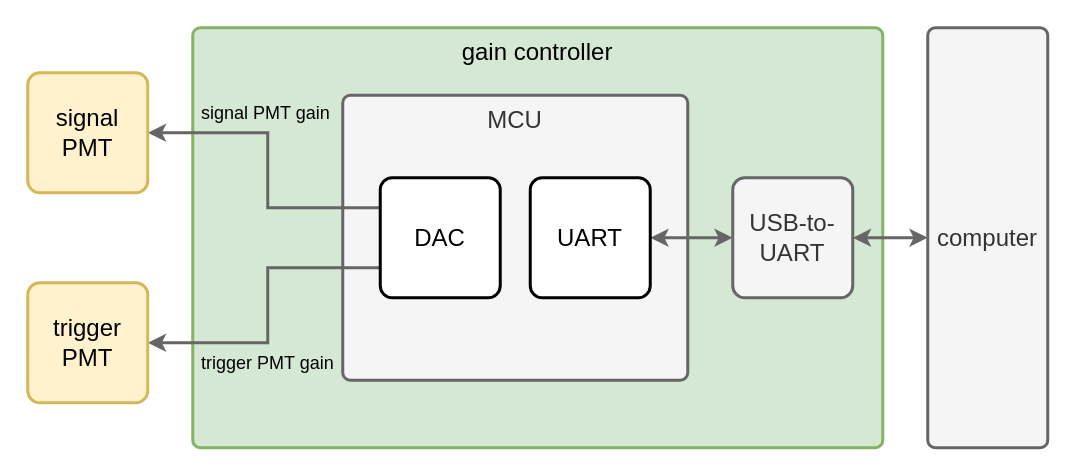
Before: docs/system-architecture.drawio in BMW-lab-MSU/wingbeat-modulation-lidar-pmt-gain-controller, a draw.io diagram. Source tidied: cells renumbered, new cells numbered last; positions are measured from the earlier drawing's top-left corner, leaving out a move shared by most shapes. Both pictures are drawn from the tidied source at 150%, with x=0, y=0 at pixel (27, 27).
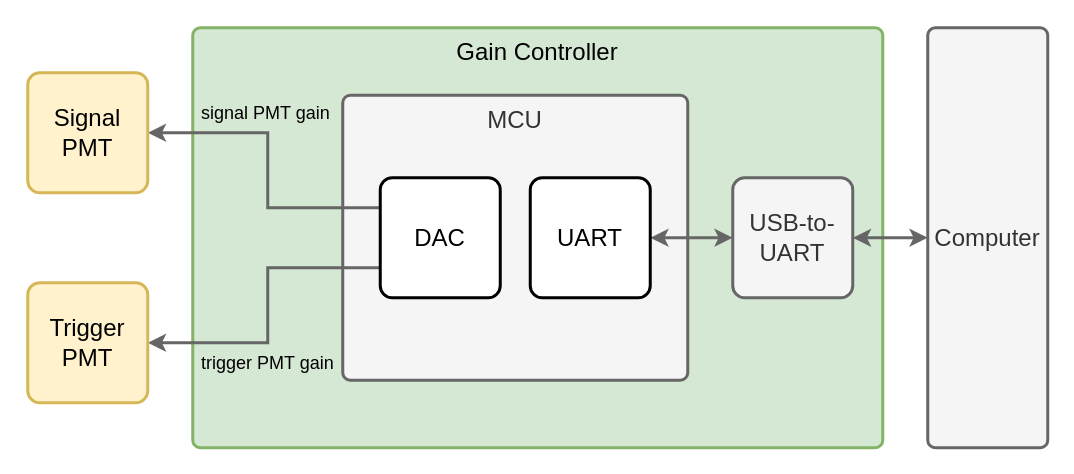
After the change.

Commit message (it also covers changes not shown here):
use title case for block names

Diff of the diagram source:
```diff
@@
 <mxGraphModel>
   <root>
     <mxCell id="0" />
     <mxCell id="1" parent="0" />
-    <mxCell id="2" value="gain controller" style="rounded=1;whiteSpace=wrap;html=1;verticalAlign=top;strokeWidth=2;fontFamily=Helvetica;arcSize=10;fontSize=16;fontStyle=0;fillColor=#d5e8d4;strokeColor=#82b366;absoluteArcSize=1;" parent="1" vertex="1">
+    <mxCell id="2" value="Gain Controller" style="rounded=1;whiteSpace=wrap;html=1;verticalAlign=top;strokeWidth=2;fontFamily=Helvetica;arcSize=10;fontSize=16;fontStyle=0;fillColor=#d5e8d4;strokeColor=#82b366;absoluteArcSize=1;" parent="1" vertex="1">
       <mxGeometry x="110" width="460" height="280" as="geometry" />
     </mxCell>
     <mxCell id="3" value="MCU" style="rounded=1;whiteSpace=wrap;html=1;labelPosition=center;verticalLabelPosition=middle;align=center;verticalAlign=top;strokeWidth=2;fontFamily=Helvetica;arcSize=10;fontSize=16;fontStyle=0;fillColor=#f5f5f5;strokeColor=#666666;fontColor=#333333;absoluteArcSize=1;" parent="1" vertex="1">
       <mxGeometry x="210" y="45" width="230" height="190" as="geometry" />
     </mxCell>
     <mxCell id="4" style="edgeStyle=orthogonalEdgeStyle;rounded=0;jettySize=auto;html=1;exitX=0;exitY=0.5;exitDx=0;exitDy=0;entryX=1;entryY=0.5;entryDx=0;entryDy=0;startArrow=classic;startFill=1;strokeWidth=2;fontFamily=Helvetica;arcSize=10;fontSize=12;strokeColor=#666666;" parent="1" edge="1" source="5" target="11">
       <mxGeometry relative="1" as="geometry" />
     </mxCell>
     <mxCell id="5" value="USB-to-UART" style="rounded=1;whiteSpace=wrap;html=1;strokeWidth=2;fontFamily=Helvetica;arcSize=10;fontSize=16;fontStyle=0;fillColor=#f5f5f5;fontColor=#333333;strokeColor=#666666;" parent="1" vertex="1">
       <mxGeometry x="470" y="100" width="80" height="80" as="geometry" />
     </mxCell>
     <mxCell id="6" style="edgeStyle=orthogonalEdgeStyle;rounded=0;jettySize=auto;html=1;exitX=0;exitY=0.5;exitDx=0;exitDy=0;entryX=1;entryY=0.5;entryDx=0;entryDy=0;labelBackgroundColor=none;startArrow=classic;startFill=1;strokeWidth=2;fontFamily=Helvetica;arcSize=10;fontSize=12;strokeColor=#666666;" parent="1" edge="1" source="7" target="5">
       <mxGeometry relative="1" as="geometry" />
     </mxCell>
-    <mxCell id="7" value="computer" style="rounded=1;whiteSpace=wrap;html=1;strokeWidth=2;fontFamily=Helvetica;arcSize=10;fontSize=16;fontStyle=0;fillColor=#f5f5f5;fontColor=#333333;strokeColor=#666666;absoluteArcSize=1;" parent="1" vertex="1">
+    <mxCell id="7" value="Computer" style="rounded=1;whiteSpace=wrap;html=1;strokeWidth=2;fontFamily=Helvetica;arcSize=10;fontSize=16;fontStyle=0;fillColor=#f5f5f5;fontColor=#333333;strokeColor=#666666;absoluteArcSize=1;" parent="1" vertex="1">
       <mxGeometry x="600" width="80" height="280" as="geometry" />
     </mxCell>
     <mxCell id="8" value="signal PMT gain" style="edgeStyle=orthogonalEdgeStyle;rounded=0;jettySize=auto;html=1;exitX=0;exitY=0.25;exitDx=0;exitDy=0;startArrow=none;startFill=0;align=left;labelPosition=left;verticalLabelPosition=top;verticalAlign=bottom;spacingRight=4;labelBackgroundColor=none;spacingBottom=4;strokeWidth=2;fontFamily=Helvetica;arcSize=10;fontSize=12;strokeColor=#666666;spacingLeft=4;entryX=1;entryY=0.5;entryDx=0;entryDy=0;" parent="1" edge="1" source="10" target="12">
       <mxGeometry x="0.71" relative="1" as="geometry">
         <Array as="points">
           <mxPoint x="160" y="120" />
           <mxPoint x="160" y="70" />
         </Array>
       </mxGeometry>
     </mxCell>
     <mxCell id="9" value="trigger PMT gain" style="edgeStyle=orthogonalEdgeStyle;rounded=0;jettySize=auto;html=1;exitX=0;exitY=0.75;exitDx=0;exitDy=0;startArrow=none;startFill=0;labelPosition=left;verticalLabelPosition=bottom;align=left;verticalAlign=top;spacingRight=4;labelBackgroundColor=none;strokeWidth=2;fontFamily=Helvetica;arcSize=10;fontSize=12;strokeColor=#666666;spacingLeft=4;entryX=1;entryY=0.5;entryDx=0;entryDy=0;" parent="1" edge="1" source="10" target="13">
       <mxGeometry x="0.71" relative="1" as="geometry">
         <Array as="points">
           <mxPoint x="160" y="160" />
           <mxPoint x="160" y="210" />
         </Array>
       </mxGeometry>
     </mxCell>
     <mxCell id="10" value="DAC" style="rounded=1;whiteSpace=wrap;html=1;strokeWidth=2;fontFamily=Helvetica;arcSize=10;fontSize=16;fontStyle=0;" parent="1" vertex="1">
       <mxGeometry x="235" y="100" width="80" height="80" as="geometry" />
     </mxCell>
     <mxCell id="11" value="UART" style="rounded=1;whiteSpace=wrap;html=1;strokeWidth=2;fontFamily=Helvetica;arcSize=10;fontSize=16;fontStyle=0;" parent="1" vertex="1">
       <mxGeometry x="335" y="100" width="80" height="80" as="geometry" />
     </mxCell>
-    <mxCell id="12" value="signal&lt;br&gt;PMT" style="rounded=1;whiteSpace=wrap;html=1;strokeWidth=2;fontFamily=Helvetica;arcSize=10;fontSize=16;fontStyle=0;fillColor=#fff2cc;strokeColor=#d6b656;" parent="1" vertex="1">
+    <mxCell id="12" value="Signal&lt;br&gt;PMT" style="rounded=1;whiteSpace=wrap;html=1;strokeWidth=2;fontFamily=Helvetica;arcSize=10;fontSize=16;fontStyle=0;fillColor=#fff2cc;strokeColor=#d6b656;" parent="1" vertex="1">
       <mxGeometry y="30" width="80" height="80" as="geometry" />
     </mxCell>
-    <mxCell id="13" value="trigger&lt;br&gt;PMT" style="rounded=1;whiteSpace=wrap;html=1;strokeWidth=2;fontFamily=Helvetica;arcSize=10;fontSize=16;fontStyle=0;fillColor=#fff2cc;strokeColor=#d6b656;" parent="1" vertex="1">
+    <mxCell id="13" value="Trigger&lt;br&gt;PMT" style="rounded=1;whiteSpace=wrap;html=1;strokeWidth=2;fontFamily=Helvetica;arcSize=10;fontSize=16;fontStyle=0;fillColor=#fff2cc;strokeColor=#d6b656;" parent="1" vertex="1">
       <mxGeometry y="170" width="80" height="80" as="geometry" />
     </mxCell>
   </root>
 </mxGraphModel>
```
